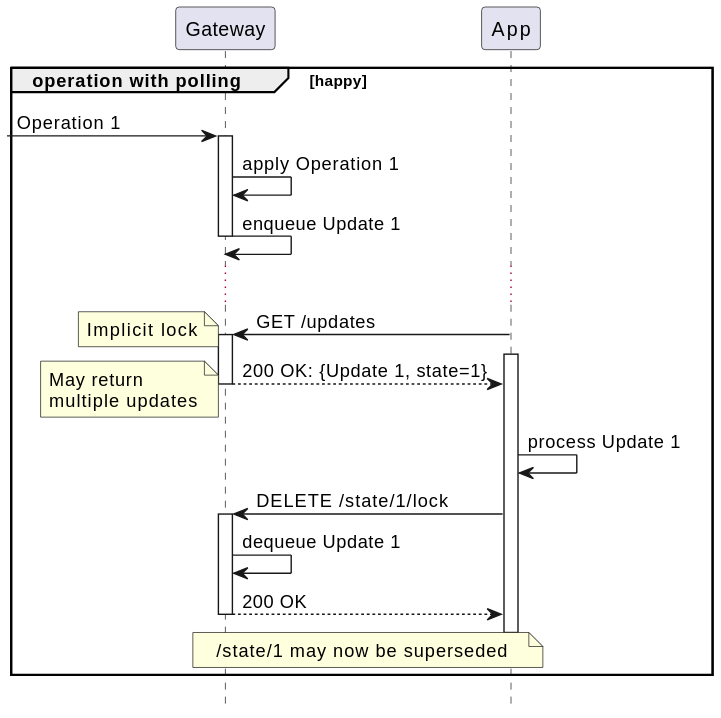
Above: architecture/api/http/img/3-basic-polling.seq.svg in m-ld/m-ld-gateway (PlantUML), before the change. The source it was exported from:
```plantuml
@startuml
!pragma teoz true
hide footbox

participant Gateway as gw
participant "App" as app

group operation with polling [happy]
-> gw ++: Operation 1
gw -> gw: apply Operation 1
gw -> gw --: enqueue Update 1
...
app -> gw ++: GET /updates
activate app
note left: Implicit lock
return 200 OK: {Update 1, state=1}
note left: May return\nmultiple updates
app -> app: process Update 1
app -> gw ++: DELETE /state/1/lock
gw -> gw: dequeue Update 1
return 200 OK
deactivate app
note across: /state/1 may now be superseded
end group

@enduml
```
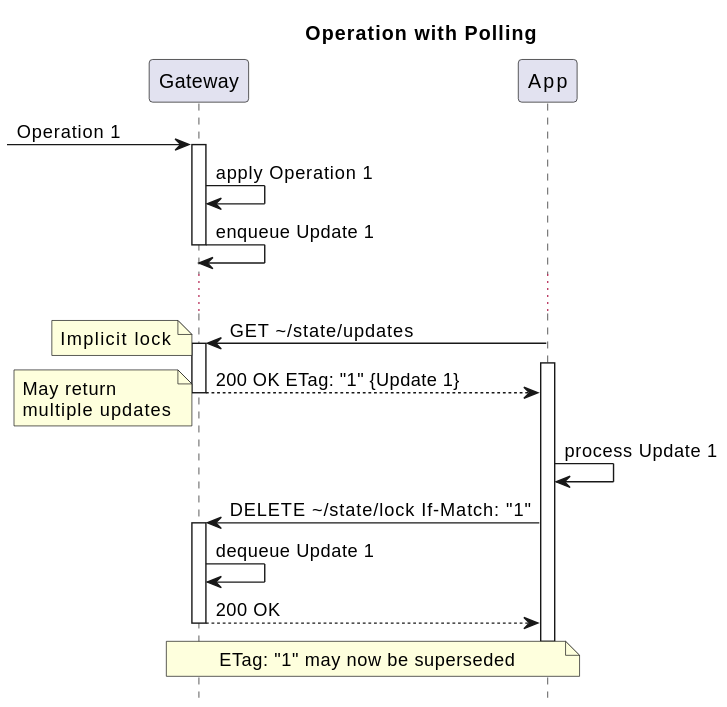
Above is the later version.

What changed in the source:
```diff
@@ -2,25 +2,25 @@
 !pragma teoz true
 hide footbox
 
+title: Operation with Polling
+
 participant Gateway as gw
 participant "App" as app
 
-group operation with polling [happy]
 -> gw ++: Operation 1
 gw -> gw: apply Operation 1
 gw -> gw --: enqueue Update 1
 ...
-app -> gw ++: GET /updates
+app -> gw ++: GET \~/state/updates
 activate app
 note left: Implicit lock
-return 200 OK: {Update 1, state=1}
+return 200 OK ETag: "1" {Update 1}
 note left: May return\nmultiple updates
 app -> app: process Update 1
-app -> gw ++: DELETE /state/1/lock
+app -> gw ++: DELETE \~/state/lock If-Match: "1"
 gw -> gw: dequeue Update 1
 return 200 OK
 deactivate app
-note across: /state/1 may now be superseded
-end group
+note across: ETag: "1" may now be superseded
 
 @enduml
```
